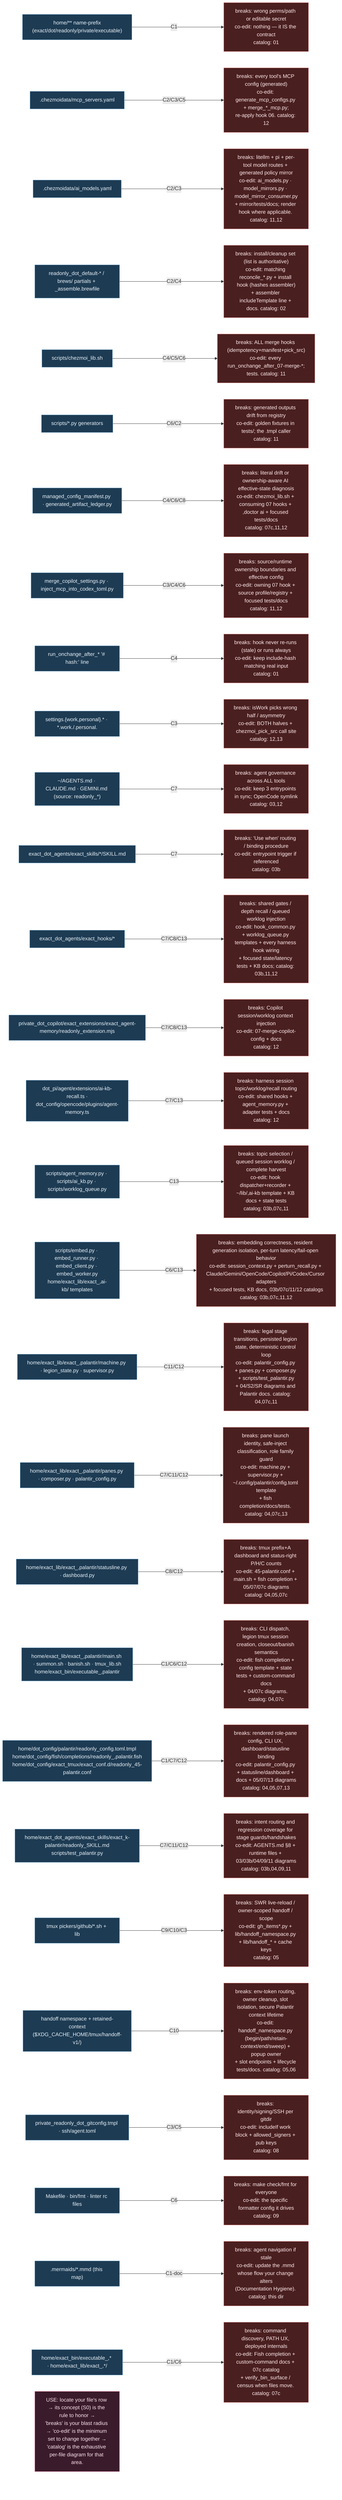
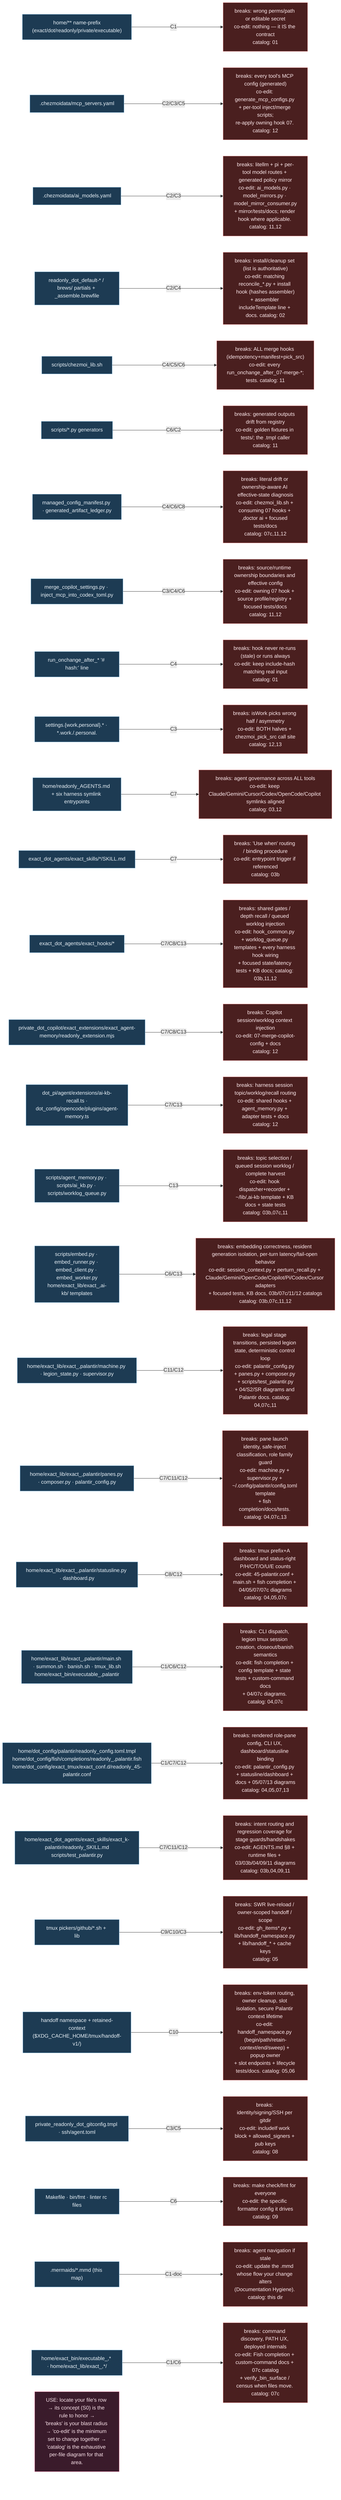
%% ============================================================================
%% SR-index.mmd — REVERSE INDEX ("maps into each particle").
%% Given a file/area you're about to touch, find: which CONCEPT it serves,
%% what BREAKS if you change it wrong, and the CO-EDIT SET (what must move with
%% it). This is the bridge from the semantic cloud (S0) down to the exhaustive
%% catalog (00-13). Concept IDs (C1..C13) refer to S0-concepts.mmd.
%% Mermaid note: rendered as a left→right map; for the dense table read source.
%% ============================================================================
flowchart LR
    classDef area fill:#1d3b53,stroke:#7fb3d5,color:#eaf2f8;
    classDef c fill:#3a1b2b,stroke:#f48fb1,color:#fce4ec;
    classDef brk fill:#4a1f1f,stroke:#ef9a9a,color:#ffebee;

    A1["home/** name-prefix<br/>(exact/dot/readonly/private/executable)"]:::area -->|C1| B1["breaks: wrong perms/path or editable secret<br/>co-edit: nothing — it IS the contract<br/>catalog: 01"]:::brk
-     A2[".chezmoidata/mcp_servers.yaml"]:::area -->|C2/C3/C5| B2["breaks: every tool's MCP config (generated)<br/>co-edit: generate_mcp_configs.py + merge_*_mcp.py;<br/>re-apply hook 06. catalog: 12"]:::brk
+     A2[".chezmoidata/mcp_servers.yaml"]:::area -->|C2/C3/C5| B2["breaks: every tool's MCP config (generated)<br/>co-edit: generate_mcp_configs.py + per-tool inject/merge scripts;<br/>re-apply owning hook 07. catalog: 12"]:::brk
    A3[".chezmoidata/ai_models.yaml"]:::area -->|C2/C3| B3["breaks: litellm + pi + per-tool model routes + generated policy mirror<br/>co-edit: ai_models.py · model_mirrors.py · model_mirror_consumer.py<br/>+ mirror/tests/docs; render hook where applicable. catalog: 11,12"]:::brk
    A4["readonly_dot_default-* / brews/ partials + _assemble.brewfile"]:::area -->|C2/C4| B4["breaks: install/cleanup set (list is authoritative)<br/>co-edit: matching reconcile_*.py + install hook (hashes assembler)<br/>+ assembler includeTemplate line + docs. catalog: 02"]:::brk
    A5["scripts/chezmoi_lib.sh"]:::area -->|C4/C5/C6| B5["breaks: ALL merge hooks (idempotency+manifest+pick_src)<br/>co-edit: every run_onchange_after_07-merge-*;<br/>tests. catalog: 11"]:::brk
    A6["scripts/*.py generators"]:::area -->|C6/C2| B6["breaks: generated outputs drift from registry<br/>co-edit: golden fixtures in tests/; the .tmpl caller<br/>catalog: 11"]:::brk
    A6b["managed_config_manifest.py · generated_artifact_ledger.py"]:::area -->|C4/C6/C8| B6b["breaks: literal drift or ownership-aware AI effective-state diagnosis<br/>co-edit: chezmoi_lib.sh + consuming 07 hooks + ,doctor ai + focused tests/docs<br/>catalog: 07c,11,12"]:::brk
    A6c["merge_copilot_settings.py · inject_mcp_into_codex_toml.py"]:::area -->|C3/C4/C6| B6c["breaks: source/runtime ownership boundaries and effective config<br/>co-edit: owning 07 hook + source profile/registry + focused tests/docs<br/>catalog: 11,12"]:::brk
    A7["run_onchange_after_* '# hash:' line"]:::area -->|C4| B7["breaks: hook never re-runs (stale) or runs always<br/>co-edit: keep include-hash matching real input<br/>catalog: 01"]:::brk
    A8["settings.{work,personal}.* · *.work./.personal."]:::area -->|C3| B8["breaks: isWork picks wrong half / asymmetry<br/>co-edit: BOTH halves + chezmoi_pick_src call site<br/>catalog: 12,13"]:::brk
-     A9["~/AGENTS.md · CLAUDE.md · GEMINI.md (source: readonly_*)"]:::area -->|C7| B9["breaks: agent governance across ALL tools<br/>co-edit: keep 3 entrypoints in sync; OpenCode symlink<br/>catalog: 03,12"]:::brk
+     A9["home/readonly_AGENTS.md + six harness symlink entrypoints"]:::area -->|C7| B9["breaks: agent governance across ALL tools<br/>co-edit: keep Claude/Gemini/Cursor/Codex/OpenCode/Copilot symlinks aligned<br/>catalog: 03,12"]:::brk
    A10["exact_dot_agents/exact_skills/*/SKILL.md"]:::area -->|C7| B10["breaks: 'Use when' routing / binding procedure<br/>co-edit: entrypoint trigger if referenced<br/>catalog: 03b"]:::brk
    A11["exact_dot_agents/exact_hooks/*"]:::area -->|C7/C8/C13| B11["breaks: shared gates / depth recall / queued worklog injection<br/>co-edit: hook_common.py + worklog_queue.py templates + every harness hook wiring<br/>+ focused state/latency tests + KB docs; catalog: 03b,11,12"]:::brk
    A11b["private_dot_copilot/exact_extensions/exact_agent-memory/readonly_extension.mjs"]:::area -->|C7/C8/C13| B11b["breaks: Copilot session/worklog context injection<br/>co-edit: 07-merge-copilot-config + docs<br/>catalog: 12"]:::brk
    A11c["dot_pi/agent/extensions/ai-kb-recall.ts ·<br/>dot_config/opencode/plugins/agent-memory.ts"]:::area -->|C7/C13| B11c["breaks: harness session topic/worklog/recall routing<br/>co-edit: shared hooks + agent_memory.py + adapter tests + docs<br/>catalog: 12"]:::brk
    A11d["scripts/agent_memory.py · scripts/ai_kb.py · scripts/worklog_queue.py"]:::area -->|C13| B11d["breaks: topic selection / queued session worklog / complete harvest<br/>co-edit: hook dispatcher+recorder + ~/lib/,ai-kb template + KB docs + state tests<br/>catalog: 03b,07c,11"]:::brk
    A11e["scripts/embed.py · embed_runner.py · embed_client.py · embed_worker.py<br/>home/exact_lib/exact_,ai-kb/ templates"]:::area -->|C6/C13| B11e["breaks: embedding correctness, resident generation isolation, per-turn latency/fail-open behavior<br/>co-edit: session_context.py + perturn_recall.py + Claude/Gemini/OpenCode/Copilot/Pi/Codex/Cursor adapters<br/>+ focused tests, KB docs, 03b/07c/11/12 catalogs<br/>catalog: 03b,07c,11,12"]:::brk
    A12["home/exact_lib/exact_,palantir/machine.py · legion_state.py · supervisor.py"]:::area -->|C11/C12| B12["breaks: legal stage transitions, persisted legion state, deterministic control loop<br/>co-edit: palantir_config.py + panes.py + composer.py + scripts/test_palantir.py<br/>+ 04/S2/SR diagrams and Palantir docs. catalog: 04,07c,11"]:::brk
    A12b["home/exact_lib/exact_,palantir/panes.py · composer.py · palantir_config.py"]:::area -->|C7/C11/C12| B12b["breaks: pane launch identity, safe-inject classification, role family guard<br/>co-edit: machine.py + supervisor.py + ~/.config/palantir/config.toml template<br/>+ fish completion/docs/tests. catalog: 04,07c,13"]:::brk
-     A12c["home/exact_lib/exact_,palantir/statusline.py · dashboard.py"]:::area -->|C8/C12| B12c["breaks: tmux prefix+A dashboard and status-right P/H/C counts<br/>co-edit: 45-palantir.conf + main.sh + fish completion + 05/07/07c diagrams<br/>catalog: 04,05,07c"]:::brk
+     A12c["home/exact_lib/exact_,palantir/statusline.py · dashboard.py"]:::area -->|C8/C12| B12c["breaks: tmux prefix+A dashboard and status-right P/H/C/T/O/U/E counts<br/>co-edit: 45-palantir.conf + main.sh + fish completion + 04/05/07/07c diagrams<br/>catalog: 04,05,07c"]:::brk
    A12d["home/exact_lib/exact_,palantir/main.sh · summon.sh · banish.sh · tmux_lib.sh<br/>home/exact_bin/executable_,palantir"]:::area -->|C1/C6/C12| B12d["breaks: CLI dispatch, legion tmux session creation, closeout/banish semantics<br/>co-edit: fish completion + config template + state tests + custom-command docs<br/>+ 04/07c diagrams. catalog: 04,07c"]:::brk
    A12e["home/dot_config/palantir/readonly_config.toml.tmpl<br/>home/dot_config/fish/completions/readonly_,palantir.fish<br/>home/dot_config/exact_tmux/exact_conf.d/readonly_45-palantir.conf"]:::area -->|C1/C7/C12| B12e["breaks: rendered role-pane config, CLI UX, dashboard/statusline binding<br/>co-edit: palantir_config.py + statusline/dashboard + docs + 05/07/13 diagrams<br/>catalog: 04,05,07,13"]:::brk
    A12f["home/exact_dot_agents/exact_skills/exact_k-palantir/readonly_SKILL.md<br/>scripts/test_palantir.py"]:::area -->|C7/C11/C12| B12f["breaks: intent routing and regression coverage for stage guards/handshakes<br/>co-edit: AGENTS.md §8 + runtime files + 03/03b/04/09/11 diagrams<br/>catalog: 03b,04,09,11"]:::brk
    A13["tmux pickers/github/*.sh + lib"]:::area -->|C9/C10/C3| B13["breaks: SWR live-reload / owner-scoped handoff / scope<br/>co-edit: gh_items*.py + lib/handoff_namespace.py + lib/handoff_* + cache keys<br/>catalog: 05"]:::brk
    A14["handoff namespace + retained-context<br/>($XDG_CACHE_HOME/tmux/handoff-v1/)"]:::area -->|C10| B14["breaks: env-token routing, owner cleanup, slot isolation, secure Palantir context lifetime<br/>co-edit: handoff_namespace.py (begin/path/retain-context/end/sweep) + popup owner<br/>+ slot endpoints + lifecycle tests/docs. catalog: 05,06"]:::brk
    A15["private_readonly_dot_gitconfig.tmpl · ssh/agent.toml"]:::area -->|C3/C5| B15["breaks: identity/signing/SSH per gitdir<br/>co-edit: includeIf work block + allowed_signers + pub keys<br/>catalog: 08"]:::brk
    A16["Makefile · bin/fmt · linter rc files"]:::area -->|C6| B16["breaks: make check/fmt for everyone<br/>co-edit: the specific formatter config it drives<br/>catalog: 09"]:::brk
    A17[".mermaids/*.mmd (this map)"]:::area -->|C1-doc| B17["breaks: agent navigation if stale<br/>co-edit: update the .mmd whose flow your change alters<br/>(Documentation Hygiene). catalog: this dir"]:::brk
    A18["home/exact_bin/executable_,* · home/exact_lib/exact_,*/"]:::area -->|C1/C6| B18["breaks: command discovery, PATH UX, deployed internals<br/>co-edit: Fish completion + custom-command docs + 07c catalog<br/>+ verify_bin_surface / census when files move. catalog: 07c"]:::brk

    GUIDE["USE: locate your file's row → its concept (S0) is the rule to honor →<br/>'breaks' is your blast radius → 'co-edit' is the minimum set to change together →<br/>'catalog' is the exhaustive per-file diagram for that area."]:::c
